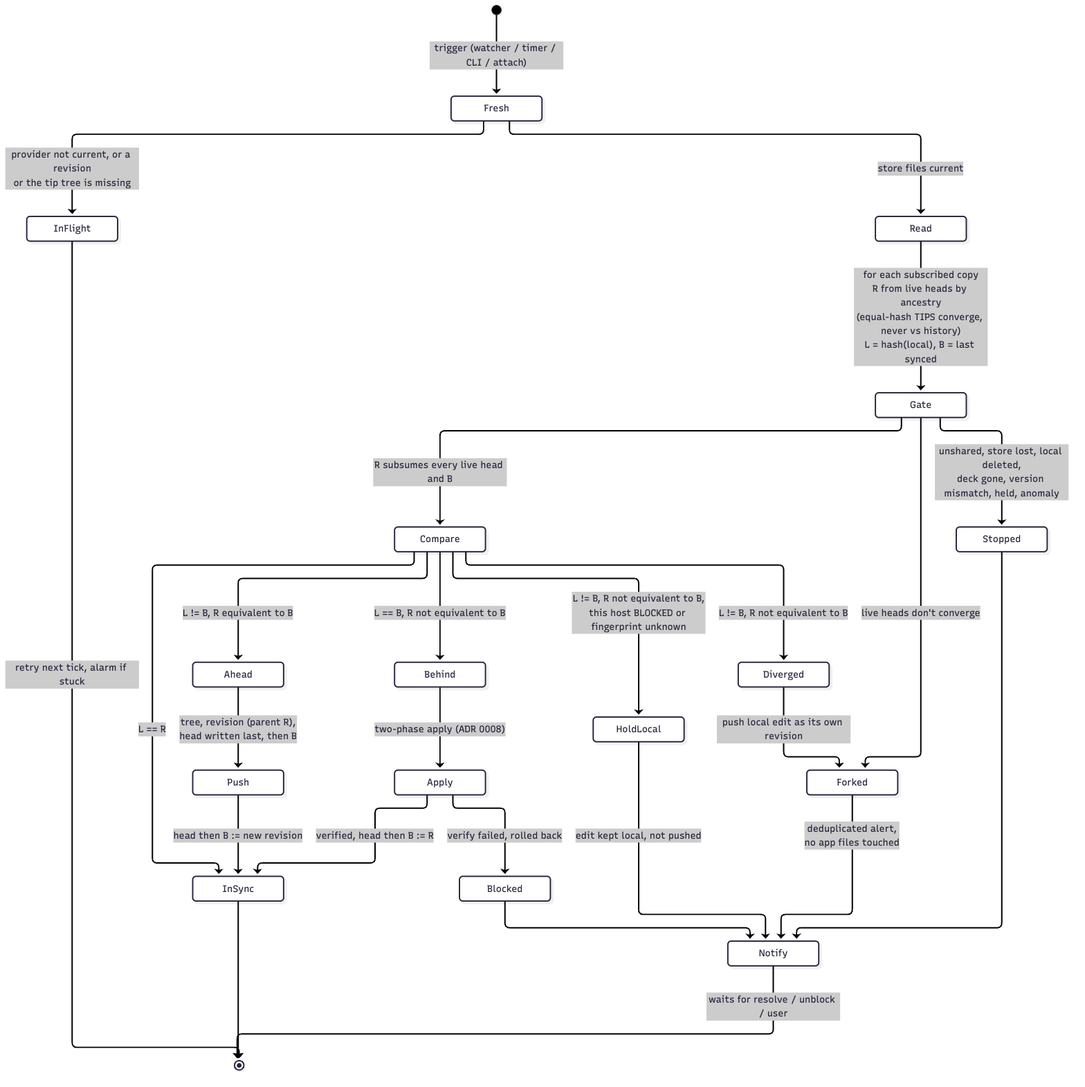
Earlier version of the Mermaid export docs/sync-states.png (csmarshall/mac-streamdeck-sync). Its source is kept beside it as docs/sync-states.mmd.
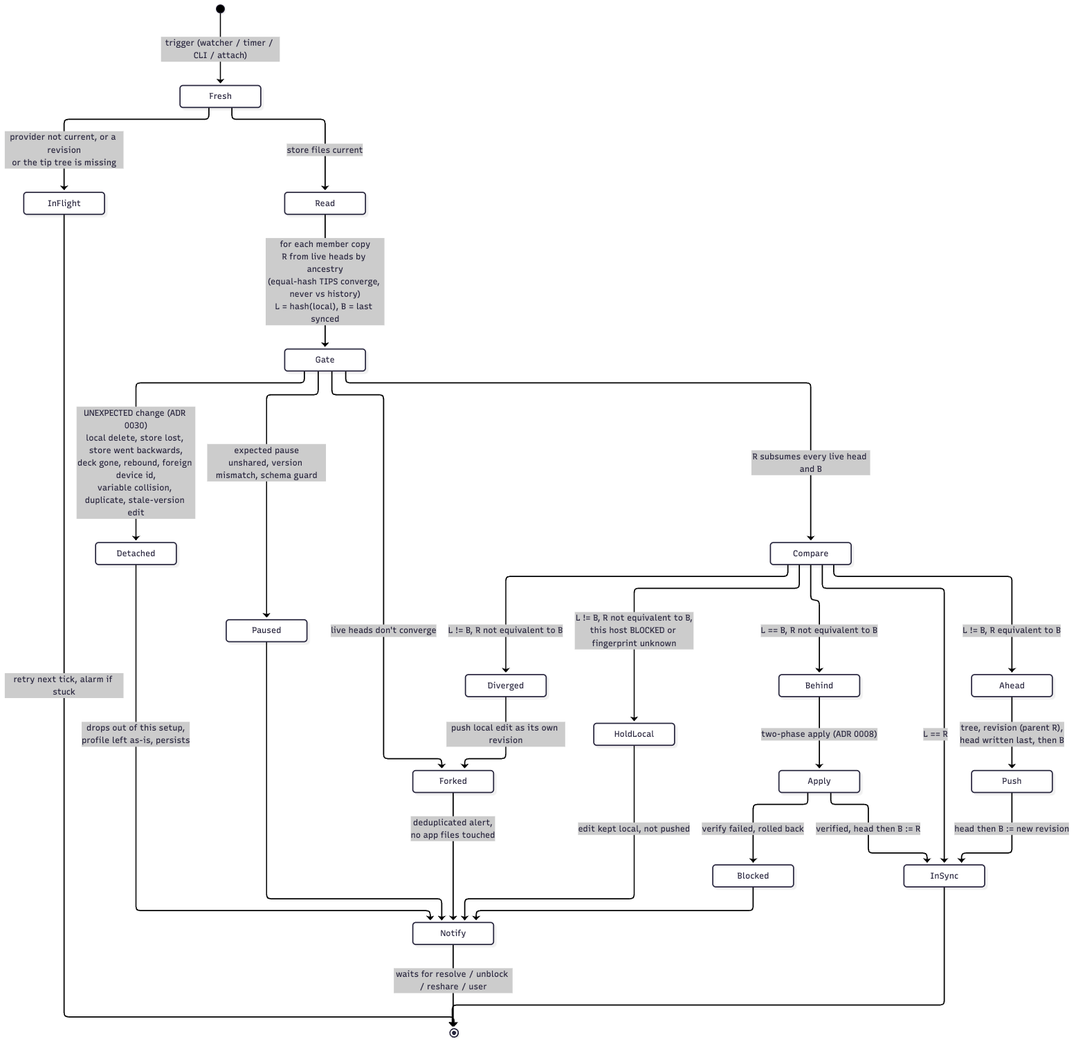
Above is the later version.

Diff of the diagram source:
```diff
@@ -3,8 +3,9 @@
     [*] --> Fresh: trigger (watcher / timer / CLI / attach)
     Fresh --> InFlight: provider not current, or a revision<br/>or the tip tree is missing
     Fresh --> Read: store files current
-    Read --> Gate: for each subscribed copy<br/>R from live heads by ancestry<br/>(equal-hash TIPS converge, never vs history)<br/>L = hash(local), B = last synced
-    Gate --> Stopped: unshared, store lost, local deleted,<br/>deck gone, version mismatch, held, anomaly
+    Read --> Gate: for each member copy<br/>R from live heads by ancestry<br/>(equal-hash TIPS converge, never vs history)<br/>L = hash(local), B = last synced
+    Gate --> Detached: UNEXPECTED change (ADR 0030)<br/>local delete, store lost, store went backwards,<br/>deck gone, rebound, foreign device id,<br/>variable collision, duplicate, stale-version edit
+    Gate --> Paused: expected pause<br/>unshared, version mismatch, schema guard
     Gate --> Forked: live heads don't converge
     Gate --> Compare: R subsumes every live head and B
     Compare --> InSync: L == R
@@ -21,7 +22,8 @@
     Forked --> Notify: deduplicated alert,<br/>no app files touched
     HoldLocal --> Notify: edit kept local, not pushed
     Blocked --> Notify
-    Stopped --> Notify
+    Paused --> Notify
+    Detached --> Notify: drops out of this setup,<br/>profile left as-is, persists
     InFlight --> [*]: retry next tick, alarm if stuck
     InSync --> [*]
-    Notify --> [*]: waits for resolve / unblock / user
+    Notify --> [*]: waits for resolve / unblock / reshare / user
```
